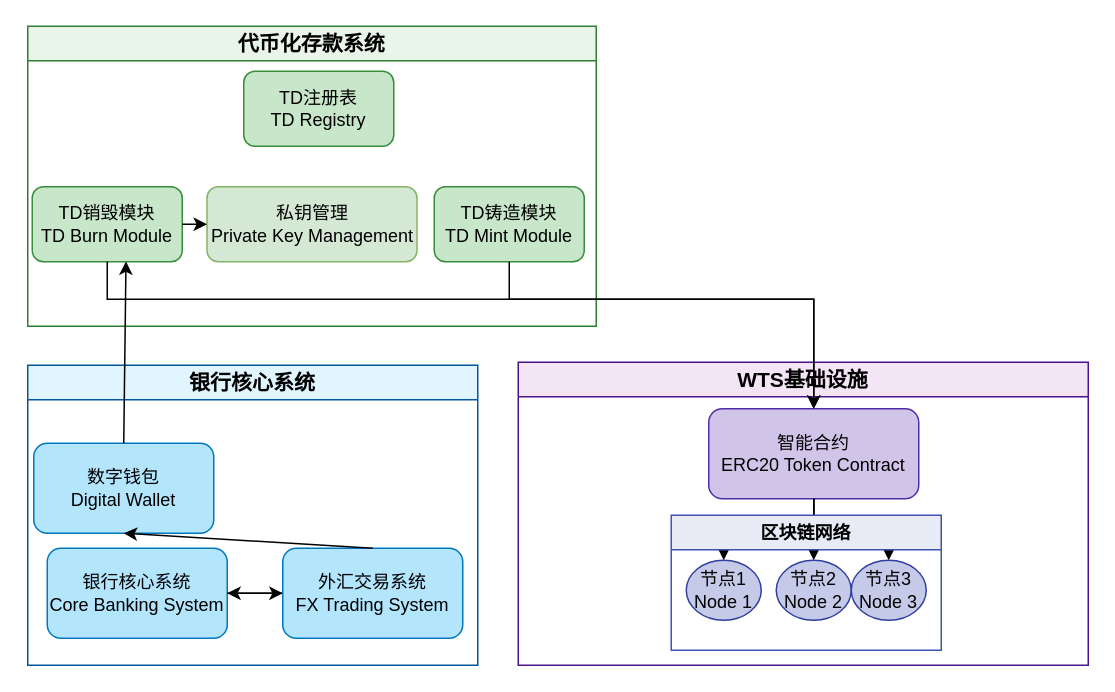
Above: Fx2.drawio in mingzhenliu/doc (draw.io), before the change. Source tidied: cells renumbered, new cells numbered last; positions are measured from the earlier drawing's top-left corner, leaving out a move shared by most shapes. Both pictures are drawn from the tidied source at 150%, with x=0, y=0 at pixel (27, 26).
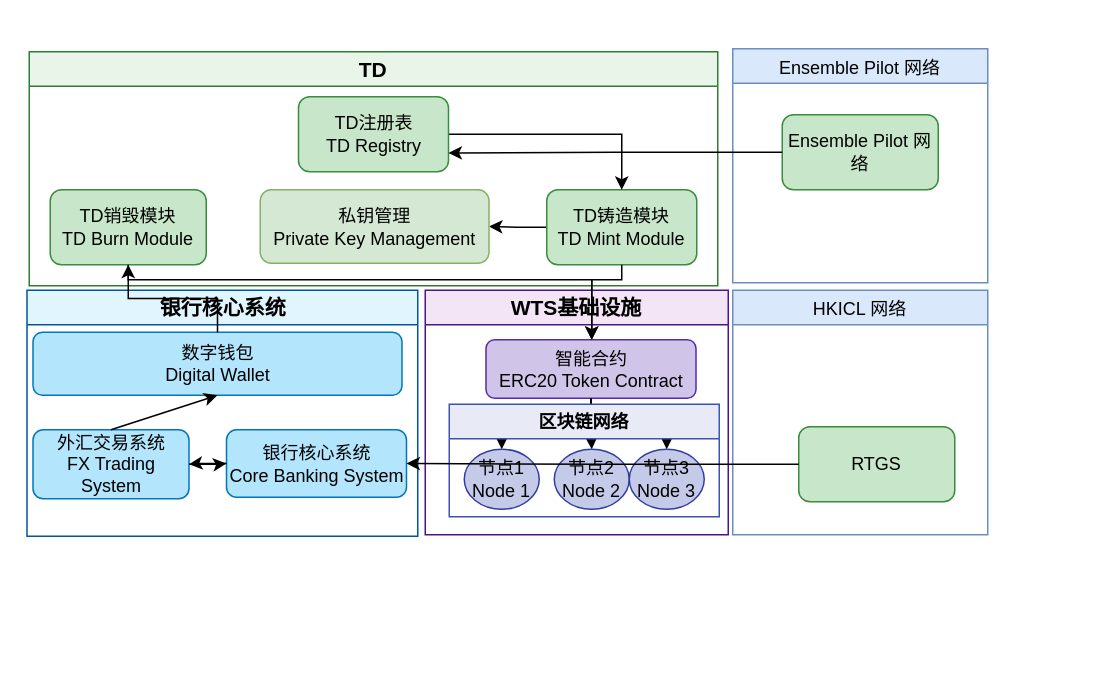
After the change.

The change refers to these unchanged cells:
```xml
<mxCell id="21" value="节点1&lt;br&gt;Node 1" style="ellipse;whiteSpace=wrap;html=1;fillColor=#c5cae9;strokeColor=#303f9f;fontFamily=Arial;" parent="20" vertex="1">
  <mxGeometry x="10" y="30" width="50" height="40" as="geometry" />
</mxCell>
```

What changed in the source:
```diff
@@
+    <mxCell id="17" style="edgeStyle=orthogonalEdgeStyle;rounded=0;jettySize=auto;html=1;entryX=0.5;entryY=0;entryDx=0;entryDy=0;exitX=0.5;exitY=1;exitDx=0;exitDy=0;" parent="1" edge="1" source="9" target="21">
+      <mxGeometry relative="1" as="geometry" />
+    </mxCell>
     <mxCell id="2" value="银行核心系统" style="swimlane;whiteSpace=wrap;html=1;fillColor=#e1f5fe;strokeColor=#01579b;fontFamily=Arial;fontSize=14;fontStyle=1;" parent="1" vertex="1">
-      <mxGeometry y="226" width="300" height="200" as="geometry" />
+      <mxGeometry x="-0.5" y="176" width="260.5" height="164" as="geometry" />
     </mxCell>
-    <mxCell id="3" value="银行核心系统&lt;br&gt;Core Banking System" style="rounded=1;whiteSpace=wrap;html=1;fillColor=#b3e5fc;strokeColor=#0277bd;fontFamily=Arial;" parent="2" vertex="1">
-      <mxGeometry x="13" y="122" width="120" height="60" as="geometry" />
-    </mxCell>
-    <mxCell id="4" style="edgeStyle=orthogonalEdgeStyle;rounded=0;jettySize=auto;html=1;" parent="2" edge="1" source="5" target="3">
-      <mxGeometry relative="1" as="geometry" />
-    </mxCell>
     <mxCell id="5" value="外汇交易系统&lt;br&gt;FX Trading System" style="rounded=1;whiteSpace=wrap;html=1;fillColor=#b3e5fc;strokeColor=#0277bd;fontFamily=Arial;" parent="2" vertex="1">
-      <mxGeometry x="170" y="122" width="120" height="60" as="geometry" />
+      <mxGeometry x="4" y="93" width="104" height="46" as="geometry" />
     </mxCell>
     <mxCell id="6" value="数字钱包&lt;br&gt;Digital Wallet" style="rounded=1;whiteSpace=wrap;html=1;fillColor=#b3e5fc;strokeColor=#0277bd;fontFamily=Arial;" parent="2" vertex="1">
-      <mxGeometry x="4" y="52" width="120" height="60" as="geometry" />
+      <mxGeometry x="4" y="28" width="246" height="42" as="geometry" />
     </mxCell>
@@
+    <mxCell id="3" value="银行核心系统&lt;br&gt;Core Banking System" style="rounded=1;whiteSpace=wrap;html=1;fillColor=#b3e5fc;strokeColor=#0277bd;fontFamily=Arial;" parent="2" vertex="1">
+      <mxGeometry x="133" y="93" width="120" height="45" as="geometry" />
+    </mxCell>
+    <mxCell id="16" style="edgeStyle=orthogonalEdgeStyle;rounded=0;jettySize=auto;html=1;" parent="2" edge="1" source="3" target="5">
+      <mxGeometry relative="1" as="geometry" />
+    </mxCell>
+    <mxCell id="4" style="edgeStyle=orthogonalEdgeStyle;rounded=0;jettySize=auto;html=1;" parent="2" edge="1" source="5" target="3">
+      <mxGeometry relative="1" as="geometry" />
+    </mxCell>
-    <mxCell id="8" value="WTS基础设施" style="swimlane;whiteSpace=wrap;html=1;fillColor=#f3e5f5;strokeColor=#4a148c;fontFamily=Arial;fontSize=14;fontStyle=1;" parent="1" vertex="1">
-      <mxGeometry x="327" y="224" width="380" height="202" as="geometry" />
+    <mxCell id="8" value="WTS基础设施" style="swimlane;whiteSpace=wrap;html=1;fillColor=#f3e5f5;strokeColor=#4a148c;fontFamily=Arial;fontSize=14;fontStyle=1;startSize=23;" parent="1" vertex="1">
+      <mxGeometry x="265" y="176" width="202" height="163" as="geometry" />
     </mxCell>
     <mxCell id="9" value="智能合约&lt;br&gt;ERC20 Token Contract" style="rounded=1;whiteSpace=wrap;html=1;fillColor=#d1c4e9;strokeColor=#512da8;fontFamily=Arial;" parent="8" vertex="1">
-      <mxGeometry x="127" y="31" width="140" height="60" as="geometry" />
+      <mxGeometry x="40.5" y="33" width="140" height="39" as="geometry" />
     </mxCell>
-    <mxCell id="10" value="代币化存款系统" style="swimlane;whiteSpace=wrap;html=1;fillColor=#e8f5e8;strokeColor=#2e7d32;fontFamily=Arial;fontSize=14;fontStyle=1;" parent="1" vertex="1">
-      <mxGeometry width="379" height="200" as="geometry" />
+    <mxCell id="10" value="TD" style="swimlane;whiteSpace=wrap;html=1;fillColor=#e8f5e8;strokeColor=#2e7d32;fontFamily=Arial;fontSize=14;fontStyle=1;" parent="1" vertex="1">
+      <mxGeometry x="1" y="17" width="459" height="156" as="geometry" />
     </mxCell>
+    <mxCell id="27" style="edgeStyle=orthogonalEdgeStyle;rounded=0;jettySize=auto;html=1;" parent="10" edge="1" source="11" target="14">
+      <mxGeometry relative="1" as="geometry" />
+    </mxCell>
     <mxCell id="11" value="TD铸造模块&lt;br&gt;TD Mint Module" style="rounded=1;whiteSpace=wrap;html=1;fillColor=#c8e6c9;strokeColor=#388e3c;fontFamily=Arial;" parent="10" vertex="1">
-      <mxGeometry x="271" y="107" width="100" height="50" as="geometry" />
+      <mxGeometry x="345" y="92" width="100" height="50" as="geometry" />
     </mxCell>
     <mxCell id="12" value="TD销毁模块&lt;br&gt;TD Burn Module" style="rounded=1;whiteSpace=wrap;html=1;fillColor=#c8e6c9;strokeColor=#388e3c;fontFamily=Arial;" parent="10" vertex="1">
-      <mxGeometry x="3" y="107" width="100" height="50" as="geometry" />
+      <mxGeometry x="14" y="92" width="104" height="50" as="geometry" />
     </mxCell>
+    <mxCell id="28" style="edgeStyle=orthogonalEdgeStyle;rounded=0;jettySize=auto;html=1;" parent="10" edge="1" source="13" target="11">
+      <mxGeometry relative="1" as="geometry" />
+    </mxCell>
     <mxCell id="13" value="TD注册表&lt;br&gt;TD Registry" style="rounded=1;whiteSpace=wrap;html=1;fillColor=#c8e6c9;strokeColor=#388e3c;fontFamily=Arial;" parent="10" vertex="1">
-      <mxGeometry x="144" y="30" width="100" height="50" as="geometry" />
+      <mxGeometry x="179.5" y="30" width="100" height="50" as="geometry" />
     </mxCell>
     <mxCell id="14" value="私钥管理&lt;br&gt;Private Key Management" style="rounded=1;whiteSpace=wrap;html=1;fillColor=#d5e8d4;strokeColor=#82b366;fontFamily=Arial;" parent="10" vertex="1">
-      <mxGeometry x="119.5" y="107" width="140" height="50" as="geometry" />
+      <mxGeometry x="154" y="92" width="152.5" height="49" as="geometry" />
     </mxCell>
-    <mxCell id="15" style="endArrow=classic;html=1;rounded=0;exitX=1;exitY=0.5;exitDx=0;exitDy=0;entryX=0;entryY=0.5;entryDx=0;entryDy=0;" parent="10" edge="1" source="12" target="14">
-      <mxGeometry relative="1" as="geometry" />
-    </mxCell>
-    <mxCell id="16" style="edgeStyle=orthogonalEdgeStyle;rounded=0;jettySize=auto;html=1;" parent="1" edge="1" source="3" target="5">
-      <mxGeometry relative="1" as="geometry" />
-    </mxCell>
-    <mxCell id="17" style="edgeStyle=orthogonalEdgeStyle;rounded=0;jettySize=auto;html=1;" parent="1" edge="1" source="9" target="21">
-      <mxGeometry relative="1" as="geometry" />
-    </mxCell>
@@
     <mxCell id="20" value="区块链网络" style="swimlane;whiteSpace=wrap;html=1;fillColor=#e8eaf6;strokeColor=#3f51b5;fontFamily=Arial;" parent="1" vertex="1">
-      <mxGeometry x="429" y="326" width="180" height="90" as="geometry" />
+      <mxGeometry x="281" y="252" width="180" height="75" as="geometry" />
     </mxCell>
@@
-    <mxCell id="24" style="endArrow=classic;html=1;rounded=0;exitX=0.5;exitY=0;exitDx=0;exitDy=0;entryX=0.625;entryY=0.995;entryDx=0;entryDy=0;entryPerimeter=0;" parent="1" edge="1" source="6" target="12">
+    <mxCell id="24" style="edgeStyle=orthogonalEdgeStyle;rounded=0;jettySize=auto;html=1;" parent="1" edge="1" source="6" target="12">
       <mxGeometry relative="1" as="geometry" />
     </mxCell>
-    <mxCell id="25" style="edgeStyle=orthogonalEdgeStyle;rounded=0;jettySize=auto;html=1;" parent="1" edge="1" target="9">
-      <mxGeometry relative="1" as="geometry">
-        <mxPoint x="53" y="157" as="sourcePoint" />
-        <Array as="points">
-          <mxPoint x="53" y="157" />
-          <mxPoint x="53" y="182" />
-          <mxPoint x="524" y="182" />
-        </Array>
-      </mxGeometry>
-    </mxCell>
+    <mxCell id="29" value="&lt;span style=&quot;font-size: 12px; font-weight: 400;&quot;&gt;Ensemble Pilot 网络&lt;/span&gt;" style="swimlane;whiteSpace=wrap;html=1;fillColor=#dae8fc;strokeColor=#6c8ebf;fontFamily=Arial;fontSize=14;fontStyle=1;" parent="1" vertex="1">
+      <mxGeometry x="470" y="15" width="170" height="156" as="geometry" />
+    </mxCell>
+    <mxCell id="30" value="Ensemble Pilot 网络" style="rounded=1;whiteSpace=wrap;html=1;fillColor=#c8e6c9;strokeColor=#388e3c;fontFamily=Arial;" parent="29" vertex="1">
+      <mxGeometry x="33" y="44" width="104" height="50" as="geometry" />
+    </mxCell>
+    <mxCell id="31" style="edgeStyle=orthogonalEdgeStyle;rounded=0;jettySize=auto;html=1;entryX=1;entryY=0.75;entryDx=0;entryDy=0;" parent="1" edge="1" source="30" target="13">
+      <mxGeometry relative="1" as="geometry" />
+    </mxCell>
+    <mxCell id="32" value="&lt;span style=&quot;font-size: 12px; font-weight: 400;&quot;&gt;HKICL 网络&lt;/span&gt;" style="swimlane;whiteSpace=wrap;html=1;fillColor=#dae8fc;strokeColor=#6c8ebf;fontFamily=Arial;fontSize=14;fontStyle=1;" parent="1" vertex="1">
+      <mxGeometry x="470" y="176" width="170" height="163" as="geometry" />
+    </mxCell>
+    <mxCell id="33" value="RTGS" style="rounded=1;whiteSpace=wrap;html=1;fillColor=#c8e6c9;strokeColor=#388e3c;fontFamily=Arial;" parent="32" vertex="1">
+      <mxGeometry x="44" y="91" width="104" height="50" as="geometry" />
+    </mxCell>
-    <mxCell id="26" style="edgeStyle=orthogonalEdgeStyle;rounded=0;jettySize=auto;html=1;entryX=0.5;entryY=0;entryDx=0;entryDy=0;" parent="1" edge="1" source="11" target="9">
+    <mxCell id="26" style="edgeStyle=orthogonalEdgeStyle;rounded=0;jettySize=auto;html=1;" parent="1" edge="1" source="11" target="9">
       <mxGeometry relative="1" as="geometry">
         <Array as="points">
-          <mxPoint x="321" y="182" />
-          <mxPoint x="524" y="182" />
+          <mxPoint x="396" y="169" />
+          <mxPoint x="376" y="169" />
         </Array>
       </mxGeometry>
     </mxCell>
+    <mxCell id="34" style="edgeStyle=orthogonalEdgeStyle;rounded=0;jettySize=auto;html=1;" parent="1" edge="1" source="12" target="9">
+      <mxGeometry relative="1" as="geometry">
+        <Array as="points">
+          <mxPoint x="67" y="169" />
+          <mxPoint x="376" y="169" />
+        </Array>
+      </mxGeometry>
+    </mxCell>
+    <mxCell id="35" style="edgeStyle=orthogonalEdgeStyle;rounded=0;jettySize=auto;html=1;entryX=1;entryY=0.5;entryDx=0;entryDy=0;" parent="1" edge="1" source="33" target="3">
+      <mxGeometry relative="1" as="geometry" />
+    </mxCell>
```
